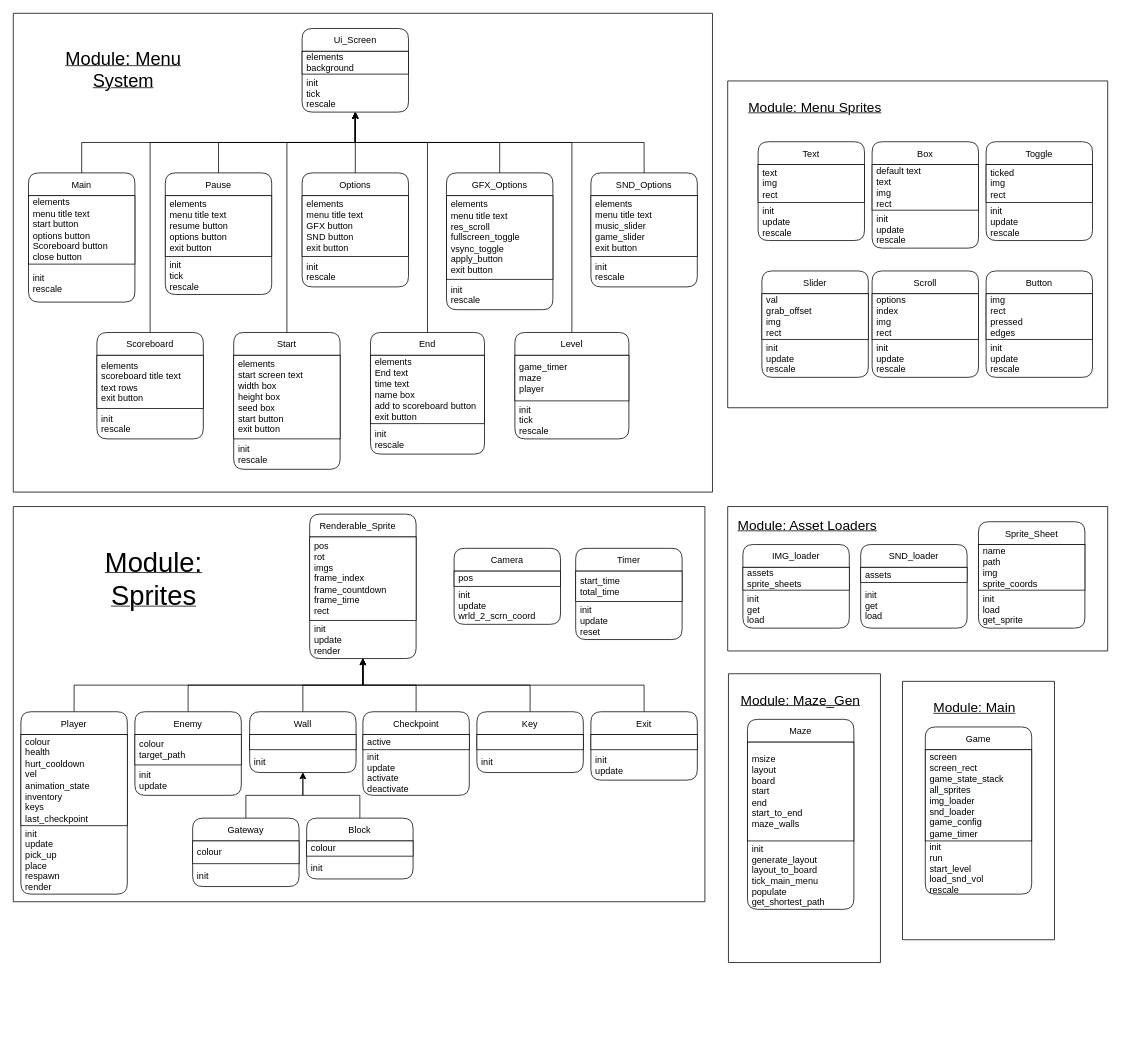
The draw.io diagram class diagrams.drawio in Scaniox/H446-programming-project, before the edit. Source tidied: cells renumbered, new cells numbered last; positions are measured from the earlier drawing's top-left corner, leaving out a move shared by most shapes. Both pictures are drawn from the tidied source at 76%, with x=0, y=0 at pixel (13, 13).
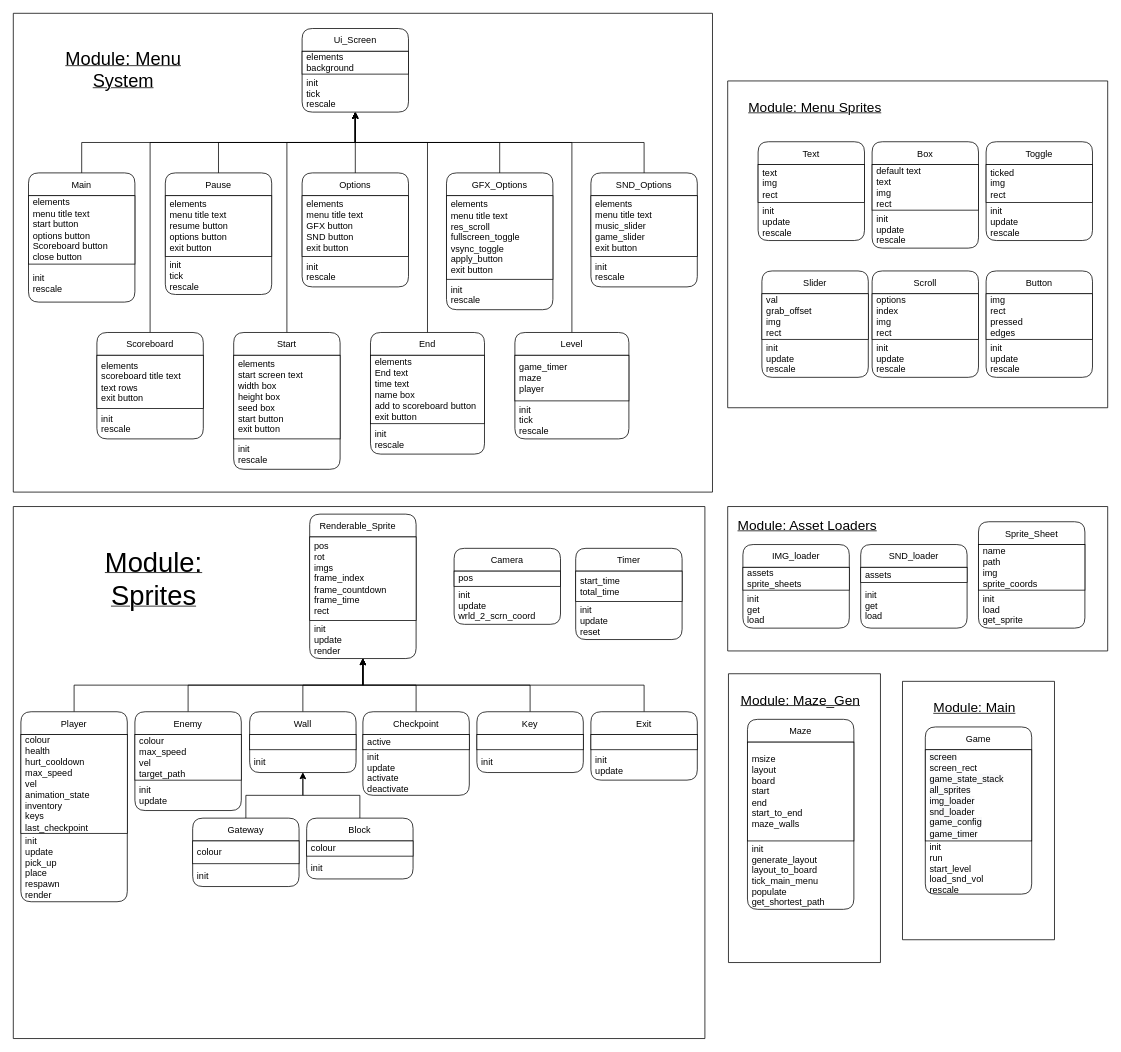
The same diagram, later.

Commit message (it also covers changes not shown here):
design - review2 24 01 22

What changed in the source:
```diff
@@
     <mxCell id="13" style="swimlane;startSize=0;fontSize=18;" parent="1" vertex="1">
-      <mxGeometry y="649" width="910" height="520" as="geometry" />
+      <mxGeometry y="649" width="910" height="700" as="geometry" />
     </mxCell>
@@
     <mxCell id="18" value="Player" style="swimlane;fontStyle=0;horizontal=1;startSize=30;rounded=1;" parent="13" vertex="1">
-      <mxGeometry x="10" y="270" width="140" height="240" as="geometry" />
+      <mxGeometry x="10" y="270" width="140" height="250" as="geometry" />
     </mxCell>
-    <mxCell id="19" value="colour&lt;br&gt;health&lt;br&gt;hurt_cooldown&lt;br&gt;vel&lt;br&gt;animation_state&lt;br&gt;inventory&lt;br&gt;keys&lt;br&gt;last_checkpoint" style="rounded=0;whiteSpace=wrap;html=1;align=left;spacingLeft=4;" parent="18" vertex="1">
-      <mxGeometry y="30" width="140" height="120" as="geometry" />
+    <mxCell id="19" value="colour&lt;br&gt;health&lt;br&gt;hurt_cooldown&lt;br&gt;max_speed&lt;br&gt;vel&lt;br&gt;animation_state&lt;br&gt;inventory&lt;br&gt;keys&lt;br&gt;last_checkpoint" style="rounded=0;whiteSpace=wrap;html=1;align=left;spacingLeft=4;" parent="18" vertex="1">
+      <mxGeometry y="30" width="140" height="130" as="geometry" />
     </mxCell>
     <mxCell id="20" value="init&#10;update&#10;pick_up&#10;place&#10;respawn&#10;render" style="text;strokeColor=none;fillColor=none;align=left;verticalAlign=middle;spacingLeft=4;spacingRight=4;overflow=hidden;" parent="18" vertex="1">
-      <mxGeometry y="150" width="140" height="90" as="geometry" />
+      <mxGeometry y="160" width="140" height="90" as="geometry" />
     </mxCell>
@@
     <mxCell id="22" value="Enemy" style="swimlane;fontStyle=0;horizontal=1;startSize=30;rounded=1;" parent="13" vertex="1">
-      <mxGeometry x="160" y="270" width="140" height="110" as="geometry" />
+      <mxGeometry x="160" y="270" width="140" height="130" as="geometry" />
     </mxCell>
-    <mxCell id="23" value="colour&lt;br&gt;target_path" style="rounded=0;whiteSpace=wrap;html=1;align=left;spacingLeft=4;" parent="22" vertex="1">
-      <mxGeometry y="30" width="140" height="40" as="geometry" />
+    <mxCell id="23" value="colour&lt;br&gt;max_speed&lt;br&gt;vel&lt;br&gt;target_path" style="rounded=0;whiteSpace=wrap;html=1;align=left;spacingLeft=4;" parent="22" vertex="1">
+      <mxGeometry y="30" width="140" height="60" as="geometry" />
     </mxCell>
     <mxCell id="24" value="init&#10;update" style="text;strokeColor=none;fillColor=none;align=left;verticalAlign=middle;spacingLeft=4;spacingRight=4;overflow=hidden;" parent="22" vertex="1">
-      <mxGeometry y="70" width="140" height="40" as="geometry" />
+      <mxGeometry y="90" width="140" height="40" as="geometry" />
     </mxCell>
```
